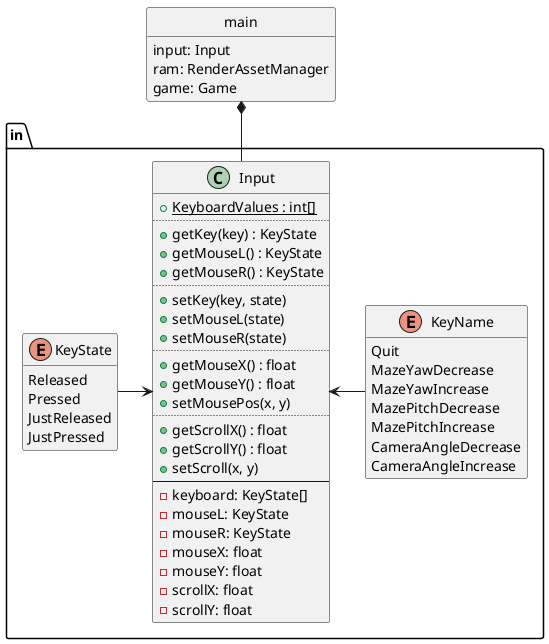
ba6er/marblemaze keeps this PlantUML diagram as design/input.png. Above is the earlier version.
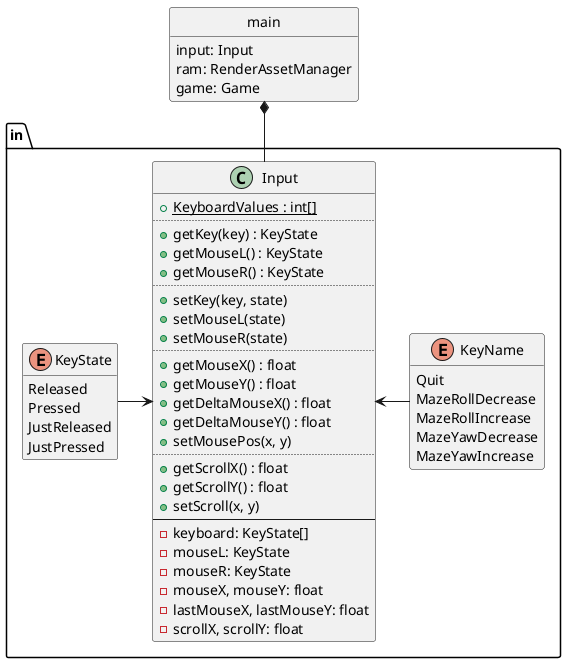
Later version of the same file.

Commit message:
Added camera mouse control, updated maze rotation input

Diff of the diagram source:
```diff
@@ -11,12 +11,10 @@
 
 enum in::KeyName {
 	Quit
+	MazeRollDecrease
+	MazeRollIncrease
 	MazeYawDecrease
 	MazeYawIncrease
-	MazePitchDecrease
-	MazePitchIncrease
-	CameraAngleDecrease
-	CameraAngleIncrease
 }
 hide KeyName methods
 
@@ -33,6 +31,8 @@
 	..
 	+getMouseX() : float
 	+getMouseY() : float
+	+getDeltaMouseX() : float
+	+getDeltaMouseY() : float
 	+setMousePos(x, y)
 	..
 	+getScrollX() : float
@@ -42,10 +42,9 @@
 	-keyboard: KeyState[]
 	-mouseL: KeyState
 	-mouseR: KeyState
-	-mouseX: float
-	-mouseY: float
-	-scrollX: float
-	-scrollY: float
+	-mouseX, mouseY: float
+	-lastMouseX, lastMouseY: float
+	-scrollX, scrollY: float
 }
 
 class main {
```
